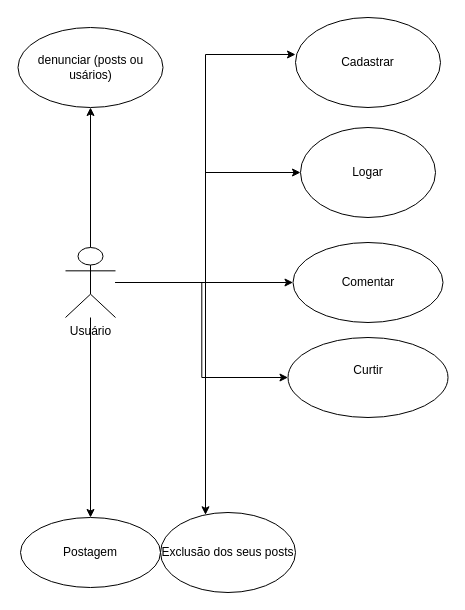
Earlier version of the draw.io diagram Diagrama 4IF.drawio (BrunoTdS456123/PPO2). Source tidied: cells renumbered, new cells numbered last; positions are measured from the earlier drawing's top-left corner, leaving out a move shared by most shapes. Both pictures are drawn from the tidied source at 100%, with x=0, y=0 at pixel (17, 17).
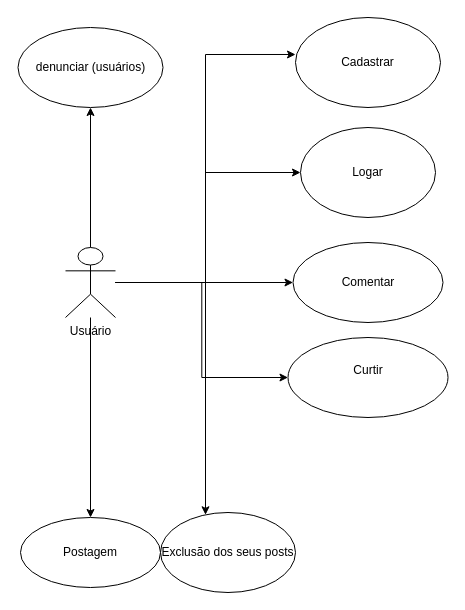
The same page after the edit.

Change to the diagram source:
```diff
@@
 <mxGraphModel>
   <root>
     <mxCell id="0" />
     <mxCell id="1" parent="0" />
     <mxCell id="2" style="edgeStyle=orthogonalEdgeStyle;rounded=0;jettySize=auto;html=1;entryX=0;entryY=0.5;entryDx=0;entryDy=0;" parent="1" edge="1" source="8" target="10">
       <mxGeometry relative="1" as="geometry" />
     </mxCell>
     <mxCell id="3" style="edgeStyle=orthogonalEdgeStyle;rounded=0;jettySize=auto;html=1;" parent="1" edge="1" source="8" target="9">
       <mxGeometry relative="1" as="geometry" />
     </mxCell>
     <mxCell id="4" style="edgeStyle=orthogonalEdgeStyle;rounded=0;jettySize=auto;html=1;" parent="1" edge="1" source="8" target="11">
       <mxGeometry relative="1" as="geometry" />
     </mxCell>
     <mxCell id="5" style="edgeStyle=orthogonalEdgeStyle;rounded=0;jettySize=auto;html=1;" parent="1" edge="1" source="8" target="12">
       <mxGeometry relative="1" as="geometry">
         <Array as="points">
           <mxPoint x="188" y="265" />
         </Array>
       </mxGeometry>
     </mxCell>
     <mxCell id="6" style="edgeStyle=orthogonalEdgeStyle;rounded=0;jettySize=auto;html=1;entryX=0;entryY=0.5;entryDx=0;entryDy=0;" parent="1" edge="1" source="8" target="14">
       <mxGeometry relative="1" as="geometry">
         <Array as="points">
           <mxPoint x="188" y="265" />
           <mxPoint x="188" y="155" />
         </Array>
       </mxGeometry>
     </mxCell>
     <mxCell id="7" style="edgeStyle=orthogonalEdgeStyle;rounded=0;jettySize=auto;html=1;" parent="1" edge="1" source="8" target="16">
       <mxGeometry relative="1" as="geometry" />
     </mxCell>
     <mxCell id="8" value="Usuário" style="shape=umlActor;verticalLabelPosition=bottom;verticalAlign=top;html=1;" parent="1" vertex="1">
       <mxGeometry x="48" y="230" width="50" height="70" as="geometry" />
     </mxCell>
     <mxCell id="9" value="&lt;div&gt;Postagem&lt;/div&gt;" style="ellipse;whiteSpace=wrap;html=1;" parent="1" vertex="1">
       <mxGeometry x="3" y="500" width="140" height="70" as="geometry" />
     </mxCell>
     <mxCell id="10" value="Curtir&lt;div&gt;&lt;br&gt;&lt;/div&gt;" style="ellipse;whiteSpace=wrap;html=1;" parent="1" vertex="1">
       <mxGeometry x="270.5" y="320" width="160" height="80" as="geometry" />
     </mxCell>
     <mxCell id="11" value="Comentar" style="ellipse;whiteSpace=wrap;html=1;" parent="1" vertex="1">
       <mxGeometry x="275.5" y="225" width="150" height="80" as="geometry" />
     </mxCell>
     <mxCell id="12" value="Exclusão dos seus posts" style="ellipse;whiteSpace=wrap;html=1;" parent="1" vertex="1">
       <mxGeometry x="143" y="495" width="135" height="80" as="geometry" />
     </mxCell>
     <mxCell id="13" value="Cadastrar" style="ellipse;whiteSpace=wrap;html=1;" parent="1" vertex="1">
       <mxGeometry x="278" width="145" height="90" as="geometry" />
     </mxCell>
     <mxCell id="14" value="Logar" style="ellipse;whiteSpace=wrap;html=1;" parent="1" vertex="1">
       <mxGeometry x="283" y="110" width="135" height="90" as="geometry" />
     </mxCell>
     <mxCell id="15" style="edgeStyle=orthogonalEdgeStyle;rounded=0;jettySize=auto;html=1;entryX=0;entryY=0.411;entryDx=0;entryDy=0;entryPerimeter=0;" parent="1" edge="1" source="8" target="13">
       <mxGeometry relative="1" as="geometry" />
     </mxCell>
-    <mxCell id="16" value="denunciar (posts ou usários)" style="ellipse;whiteSpace=wrap;html=1;" parent="1" vertex="1">
+    <mxCell id="16" value="denunciar (usuários)" style="ellipse;whiteSpace=wrap;html=1;" parent="1" vertex="1">
       <mxGeometry x="0.5" y="10" width="145" height="80" as="geometry" />
     </mxCell>
   </root>
 </mxGraphModel>
```
